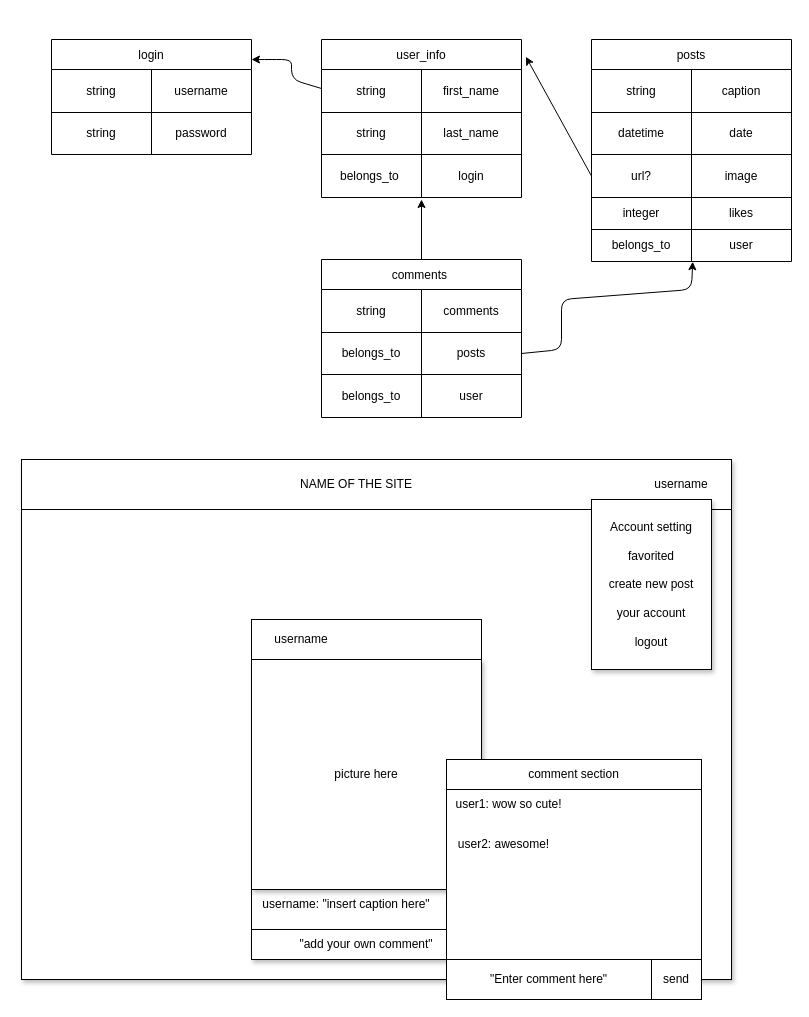
Above: project/USER.drawio in uyggnues/phase-3-project (draw.io), before the change. Source tidied: cells renumbered, new cells numbered last; positions are measured from the earlier drawing's top-left corner, leaving out a move shared by most shapes. Both pictures are drawn from the tidied source at 100%, with x=0, y=0 at pixel (21, 39).
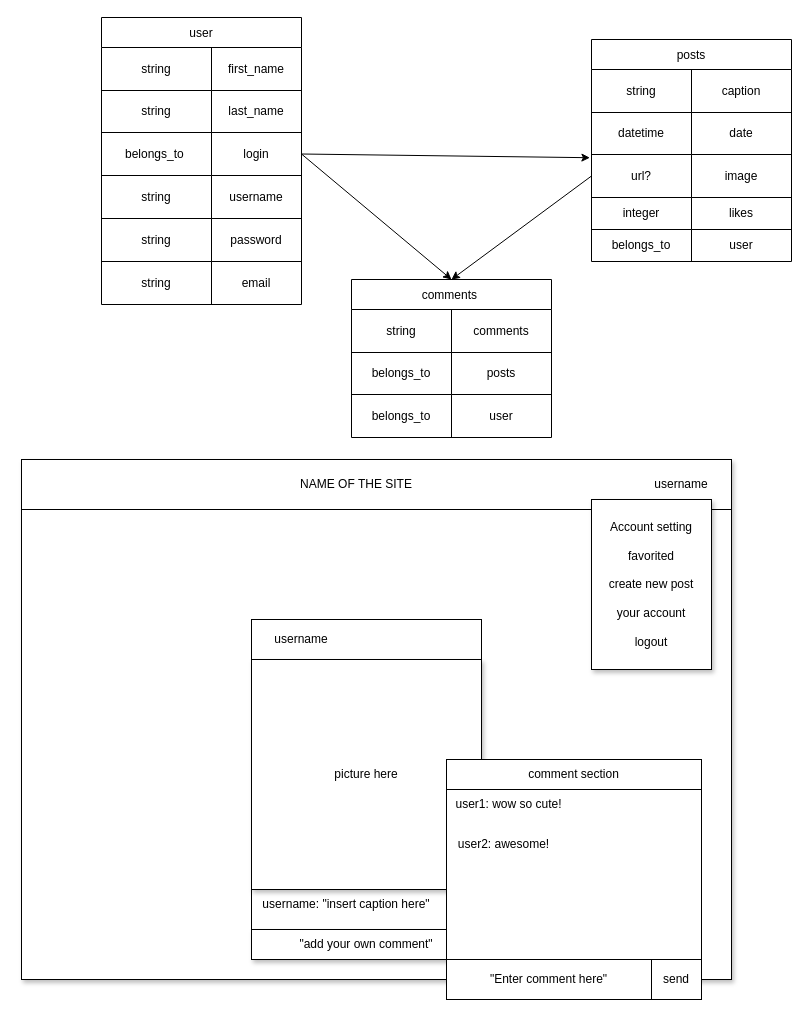
The same diagram, later.

The change refers to these unchanged cells:
```xml
<mxCell id="4" style="shape=tableRow;horizontal=0;startSize=0;swimlaneHead=0;swimlaneBody=0;top=0;left=0;bottom=0;right=0;fillColor=none;" parent="3" vertex="1">
  <mxGeometry y="30" width="200" height="43" as="geometry" />
</mxCell>
<mxCell id="7" style="shape=tableRow;horizontal=0;startSize=0;swimlaneHead=0;swimlaneBody=0;top=0;left=0;bottom=0;right=0;fillColor=none;" parent="3" vertex="1">
  <mxGeometry y="73" width="200" height="42" as="geometry" />
</mxCell>
<mxCell id="10" style="shape=tableRow;horizontal=0;startSize=0;swimlaneHead=0;swimlaneBody=0;top=0;left=0;bottom=0;right=0;fillColor=none;points=[[0,0.5],[1,0.5]];portConstraint=eastwest;" parent="3" vertex="1">
  <mxGeometry y="115" width="200" height="43" as="geometry" />
</mxCell>
<mxCell id="27" style="shape=tableRow;horizontal=0;startSize=0;swimlaneHead=0;swimlaneBody=0;top=0;left=0;bottom=0;right=0;fillColor=none;points=[[0,0.5],[1,0.5]];portConstraint=eastwest;" parent="20" vertex="1">
  <mxGeometry y="115" width="200" height="43" as="geometry" />
</mxCell>
<mxCell id="33" style="shape=tableRow;horizontal=0;startSize=0;swimlaneHead=0;swimlaneBody=0;top=0;left=0;bottom=0;right=0;fillColor=none;points=[[0,0.5],[1,0.5]];portConstraint=eastwest;" parent="20" vertex="1">
  <mxGeometry y="190" width="200" height="32" as="geometry" />
</mxCell>
<mxCell id="58" style="shape=tableRow;horizontal=0;startSize=0;swimlaneHead=0;swimlaneBody=0;top=0;left=0;bottom=0;right=0;fillColor=none;points=[[0,0.5],[1,0.5]];portConstraint=eastwest;" parent="54" vertex="1">
  <mxGeometry y="73" width="200" height="42" as="geometry" />
</mxCell>
```

Diff of the diagram source:
```diff
@@
-    <mxCell id="2" style="edgeStyle=none;html=1;" parent="1" edge="1" source="3">
-      <mxGeometry relative="1" as="geometry">
-        <mxPoint x="230" y="20" as="targetPoint" />
-        <Array as="points">
-          <mxPoint x="270" y="40" />
-          <mxPoint x="270" y="20" />
-          <mxPoint x="250" y="20" />
-        </Array>
-      </mxGeometry>
-    </mxCell>
-    <mxCell id="3" value="user_info" style="shape=table;startSize=30;childLayout=tableLayout;" parent="1" vertex="1">
-      <mxGeometry x="300" width="200" height="158" as="geometry" />
+    <mxCell id="3" value="user" style="shape=table;startSize=30;childLayout=tableLayout;" parent="1" vertex="1">
+      <mxGeometry x="80" y="-22" width="200" height="287" as="geometry" />
     </mxCell>
@@
     <mxCell id="5" value="string" style="shape=partialRectangle;html=1;whiteSpace=wrap;overflow=hidden;fillColor=none;top=0;left=0;bottom=0;right=0;" parent="4" vertex="1">
-      <mxGeometry width="100" height="43" as="geometry" />
+      <mxGeometry width="110" height="43" as="geometry" />
     </mxCell>
     <mxCell id="6" value="first_name" style="shape=partialRectangle;html=1;whiteSpace=wrap;overflow=hidden;fillColor=none;top=0;left=0;bottom=0;right=0;" parent="4" vertex="1">
-      <mxGeometry x="100" width="100" height="43" as="geometry" />
+      <mxGeometry x="110" width="90" height="43" as="geometry" />
     </mxCell>
@@
     <mxCell id="8" value="string" style="shape=partialRectangle;html=1;whiteSpace=wrap;overflow=hidden;fillColor=none;top=0;left=0;bottom=0;right=0;" parent="7" vertex="1">
-      <mxGeometry width="100" height="42" as="geometry" />
+      <mxGeometry width="110" height="42" as="geometry" />
     </mxCell>
     <mxCell id="9" value="last_name" style="shape=partialRectangle;html=1;whiteSpace=wrap;overflow=hidden;fillColor=none;top=0;left=0;bottom=0;right=0;" parent="7" vertex="1">
-      <mxGeometry x="100" width="100" height="42" as="geometry" />
+      <mxGeometry x="110" width="90" height="42" as="geometry" />
     </mxCell>
@@
     <mxCell id="11" value="belongs_to&amp;nbsp;" style="shape=partialRectangle;html=1;whiteSpace=wrap;overflow=hidden;fillColor=none;top=0;left=0;bottom=0;right=0;" parent="10" vertex="1">
-      <mxGeometry width="100" height="43" as="geometry" />
+      <mxGeometry width="110" height="43" as="geometry" />
     </mxCell>
     <mxCell id="12" value="login" style="shape=partialRectangle;html=1;whiteSpace=wrap;overflow=hidden;fillColor=none;top=0;left=0;bottom=0;right=0;" parent="10" vertex="1">
-      <mxGeometry x="100" width="100" height="43" as="geometry" />
+      <mxGeometry x="110" width="90" height="43" as="geometry" />
     </mxCell>
-    <mxCell id="13" value="login" style="shape=table;startSize=30;childLayout=tableLayout;" parent="1" vertex="1">
-      <mxGeometry x="30" width="200" height="115" as="geometry" />
-    </mxCell>
-    <mxCell id="14" style="shape=tableRow;horizontal=0;startSize=0;swimlaneHead=0;swimlaneBody=0;top=0;left=0;bottom=0;right=0;fillColor=none;" parent="13" vertex="1">
-      <mxGeometry y="30" width="200" height="43" as="geometry" />
-    </mxCell>
-    <mxCell id="15" value="string" style="shape=partialRectangle;html=1;whiteSpace=wrap;overflow=hidden;fillColor=none;top=0;left=0;bottom=0;right=0;" parent="14" vertex="1">
-      <mxGeometry width="100" height="43" as="geometry" />
-    </mxCell>
+    <mxCell id="66" style="shape=tableRow;horizontal=0;startSize=0;swimlaneHead=0;swimlaneBody=0;top=0;left=0;bottom=0;right=0;fillColor=none;" parent="3" vertex="1">
+      <mxGeometry y="158" width="200" height="43" as="geometry" />
+    </mxCell>
+    <mxCell id="67" value="string" style="shape=partialRectangle;html=1;whiteSpace=wrap;overflow=hidden;fillColor=none;top=0;left=0;bottom=0;right=0;" parent="66" vertex="1">
+      <mxGeometry width="110" height="43" as="geometry" />
+    </mxCell>
-    <mxCell id="16" value="username" style="shape=partialRectangle;html=1;whiteSpace=wrap;overflow=hidden;fillColor=none;top=0;left=0;bottom=0;right=0;" parent="14" vertex="1">
-      <mxGeometry x="100" width="100" height="43" as="geometry" />
+    <mxCell id="16" value="username" style="shape=partialRectangle;html=1;whiteSpace=wrap;overflow=hidden;fillColor=none;top=0;left=0;bottom=0;right=0;" parent="66" vertex="1">
+      <mxGeometry x="110" width="90" height="43" as="geometry" />
     </mxCell>
-    <mxCell id="17" style="shape=tableRow;horizontal=0;startSize=0;swimlaneHead=0;swimlaneBody=0;top=0;left=0;bottom=0;right=0;fillColor=none;" parent="13" vertex="1">
-      <mxGeometry y="73" width="200" height="42" as="geometry" />
-    </mxCell>
-    <mxCell id="18" value="string" style="shape=partialRectangle;html=1;whiteSpace=wrap;overflow=hidden;fillColor=none;top=0;left=0;bottom=0;right=0;" parent="17" vertex="1">
-      <mxGeometry width="100" height="42" as="geometry" />
-    </mxCell>
+    <mxCell id="68" style="shape=tableRow;horizontal=0;startSize=0;swimlaneHead=0;swimlaneBody=0;top=0;left=0;bottom=0;right=0;fillColor=none;" parent="3" vertex="1">
+      <mxGeometry y="201" width="200" height="43" as="geometry" />
+    </mxCell>
+    <mxCell id="69" value="string" style="shape=partialRectangle;html=1;whiteSpace=wrap;overflow=hidden;fillColor=none;top=0;left=0;bottom=0;right=0;" parent="68" vertex="1">
+      <mxGeometry width="110" height="43" as="geometry" />
+    </mxCell>
-    <mxCell id="19" value="password" style="shape=partialRectangle;html=1;whiteSpace=wrap;overflow=hidden;fillColor=none;top=0;left=0;bottom=0;right=0;" parent="17" vertex="1">
-      <mxGeometry x="100" width="100" height="42" as="geometry" />
+    <mxCell id="19" value="password" style="shape=partialRectangle;html=1;whiteSpace=wrap;overflow=hidden;fillColor=none;top=0;left=0;bottom=0;right=0;" parent="68" vertex="1">
+      <mxGeometry x="110" width="90" height="43" as="geometry" />
     </mxCell>
+    <mxCell id="70" style="shape=tableRow;horizontal=0;startSize=0;swimlaneHead=0;swimlaneBody=0;top=0;left=0;bottom=0;right=0;fillColor=none;" parent="3" vertex="1">
+      <mxGeometry y="244" width="200" height="43" as="geometry" />
+    </mxCell>
+    <mxCell id="71" value="string" style="shape=partialRectangle;html=1;whiteSpace=wrap;overflow=hidden;fillColor=none;top=0;left=0;bottom=0;right=0;" parent="70" vertex="1">
+      <mxGeometry width="110" height="43" as="geometry" />
+    </mxCell>
+    <mxCell id="72" value="email" style="shape=partialRectangle;html=1;whiteSpace=wrap;overflow=hidden;fillColor=none;top=0;left=0;bottom=0;right=0;" parent="70" vertex="1">
+      <mxGeometry x="110" width="90" height="43" as="geometry" />
+    </mxCell>
@@
-    <mxCell id="53" style="edgeStyle=none;html=1;exitX=0.5;exitY=0;exitDx=0;exitDy=0;entryX=0.5;entryY=1.047;entryDx=0;entryDy=0;entryPerimeter=0;" parent="1" edge="1" source="54" target="10">
-      <mxGeometry relative="1" as="geometry" />
-    </mxCell>
     <mxCell id="54" value="comments " style="shape=table;startSize=30;childLayout=tableLayout;" parent="1" vertex="1">
-      <mxGeometry x="300" y="220" width="200" height="158" as="geometry" />
+      <mxGeometry x="330" y="240" width="200" height="158" as="geometry" />
     </mxCell>
@@
-    <mxCell id="64" style="edgeStyle=none;html=1;exitX=0;exitY=0.5;exitDx=0;exitDy=0;entryX=1.022;entryY=0.109;entryDx=0;entryDy=0;entryPerimeter=0;" parent="1" edge="1" source="27" target="3">
-      <mxGeometry relative="1" as="geometry" />
-    </mxCell>
-    <mxCell id="65" style="edgeStyle=none;html=1;exitX=1;exitY=0.5;exitDx=0;exitDy=0;entryX=0.506;entryY=1.007;entryDx=0;entryDy=0;entryPerimeter=0;" parent="1" edge="1" source="58" target="33">
-      <mxGeometry relative="1" as="geometry">
-        <Array as="points">
-          <mxPoint x="540" y="310" />
-          <mxPoint x="540" y="260" />
-          <mxPoint x="670" y="250" />
-        </Array>
-      </mxGeometry>
-    </mxCell>
+    <mxCell id="73" style="edgeStyle=none;html=1;exitX=1;exitY=0.5;exitDx=0;exitDy=0;entryX=-0.008;entryY=0.075;entryDx=0;entryDy=0;entryPerimeter=0;" parent="1" edge="1" source="10" target="27">
+      <mxGeometry relative="1" as="geometry" />
+    </mxCell>
+    <mxCell id="74" style="edgeStyle=none;html=1;exitX=1;exitY=0.5;exitDx=0;exitDy=0;entryX=0.5;entryY=0;entryDx=0;entryDy=0;" parent="1" edge="1" source="10" target="54">
+      <mxGeometry relative="1" as="geometry" />
+    </mxCell>
+    <mxCell id="75" style="edgeStyle=none;html=1;exitX=0;exitY=0.5;exitDx=0;exitDy=0;entryX=0.5;entryY=0;entryDx=0;entryDy=0;" parent="1" edge="1" source="27" target="54">
+      <mxGeometry relative="1" as="geometry" />
+    </mxCell>
```
